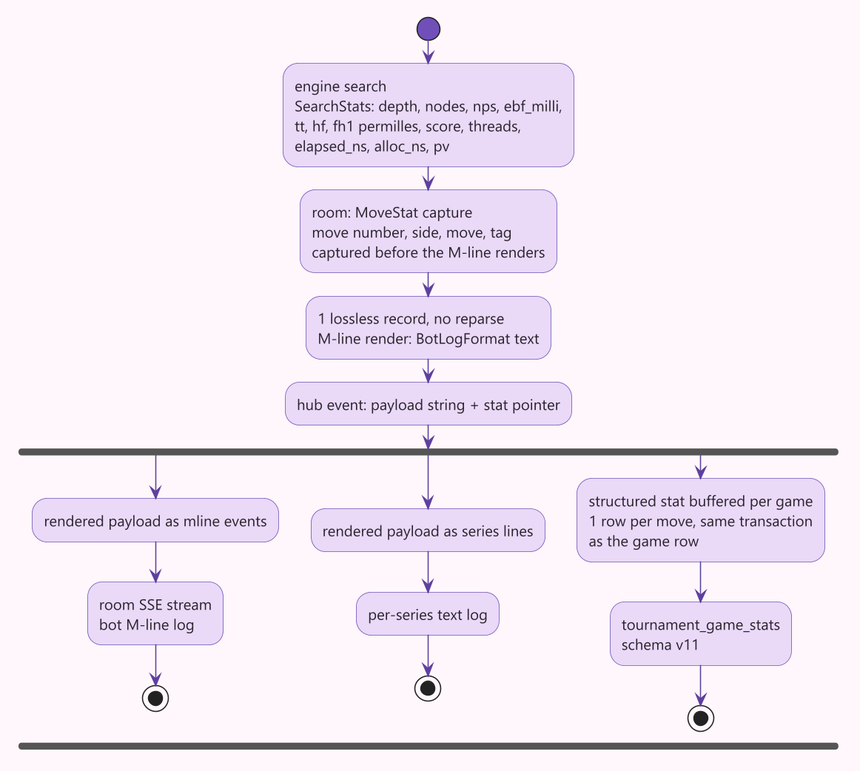
The PlantUML diagram docs/diagrams/move-stats.png in lavantien/caro-ai-pvp, before a commit. The source it was exported from:
```plantuml
@startuml move-stats
!include common.iuml
start
:engine search\nSearchStats: depth, nodes, nps, ebf_milli,\ntt, hf, fh1 permilles, score, threads,\nelapsed_ns, alloc_ns, pv;
:room: MoveStat capture\nmove number, side, move, tag\ncaptured before the M-line renders;
:1 lossless record, no reparse\nM-line render: BotLogFormat text;
:hub event: payload string + stat pointer;
fork
  :rendered payload as mline events;
  :room SSE stream\nbot M-line log;
  stop
fork again
  :rendered payload as series lines;
  :per-series text log;
  stop
fork again
  :structured stat buffered per game\n1 row per move, same transaction\nas the game row;
  :tournament_game_stats\nschema v11;
  stop
end fork
@enduml
```
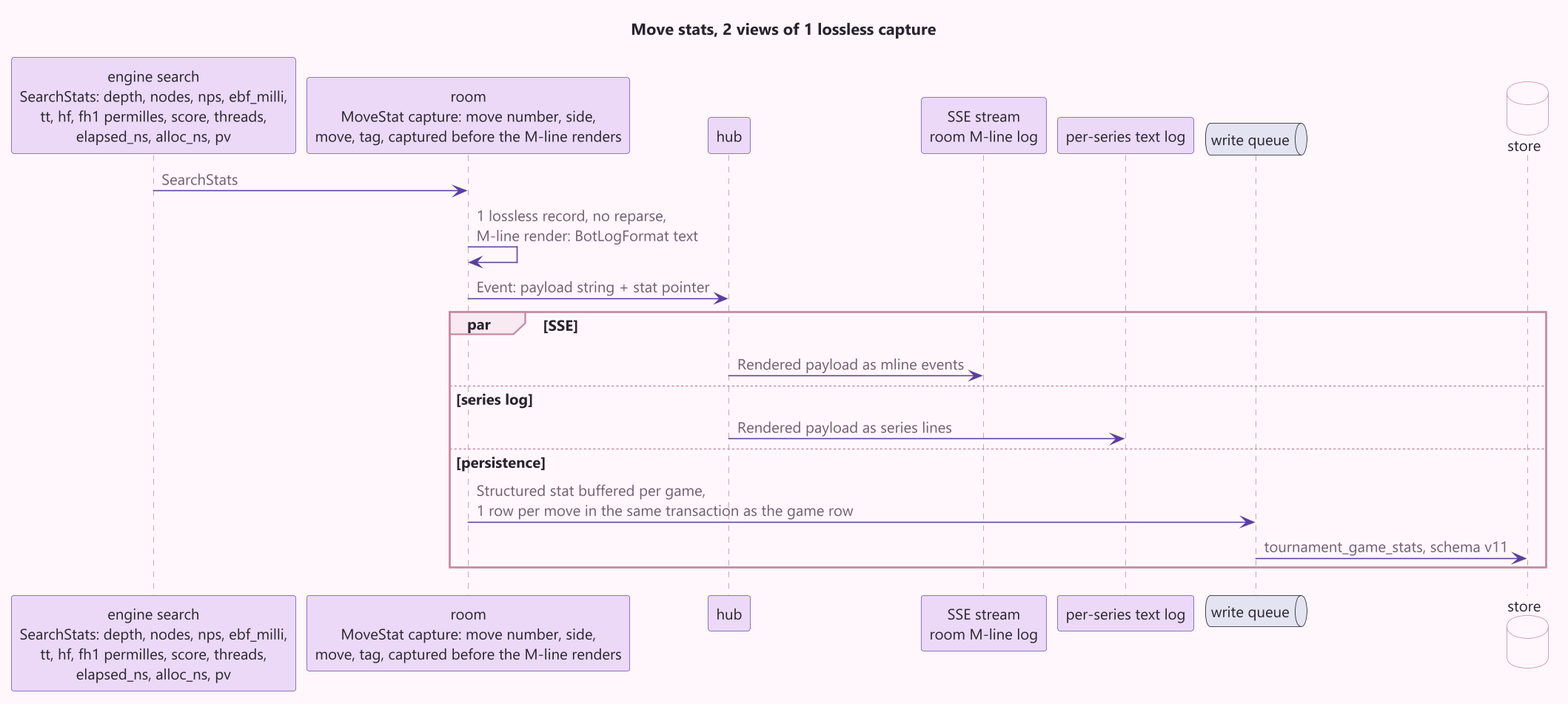
Above is the later version.

The edit, as a diff of the source:
```diff
@@ -1,21 +1,24 @@
 @startuml move-stats
 !include common.iuml
-start
-:engine search\nSearchStats: depth, nodes, nps, ebf_milli,\ntt, hf, fh1 permilles, score, threads,\nelapsed_ns, alloc_ns, pv;
-:room: MoveStat capture\nmove number, side, move, tag\ncaptured before the M-line renders;
-:1 lossless record, no reparse\nM-line render: BotLogFormat text;
-:hub event: payload string + stat pointer;
-fork
-  :rendered payload as mline events;
-  :room SSE stream\nbot M-line log;
-  stop
-fork again
-  :rendered payload as series lines;
-  :per-series text log;
-  stop
-fork again
-  :structured stat buffered per game\n1 row per move, same transaction\nas the game row;
-  :tournament_game_stats\nschema v11;
-  stop
-end fork
+title Move stats, 2 views of 1 lossless capture
+
+participant "engine search\nSearchStats: depth, nodes, nps, ebf_milli,\ntt, hf, fh1 permilles, score, threads,\nelapsed_ns, alloc_ns, pv" as engine
+participant "room\nMoveStat capture: move number, side,\nmove, tag, captured before the M-line renders" as room
+participant "hub" as hub
+participant "SSE stream\nroom M-line log" as sse
+participant "per-series text log" as log
+queue "write queue" as wq
+database "store" as store
+
+engine -> room : SearchStats
+room -> room : 1 lossless record, no reparse,\nM-line render: BotLogFormat text
+room -> hub : Event: payload string + stat pointer
+par SSE
+  hub -> sse : Rendered payload as mline events
+else series log
+  hub -> log : Rendered payload as series lines
+else persistence
+  room -> wq : Structured stat buffered per game,\n1 row per move in the same transaction as the game row
+  wq -> store : tournament_game_stats, schema v11
+end
 @enduml
```
